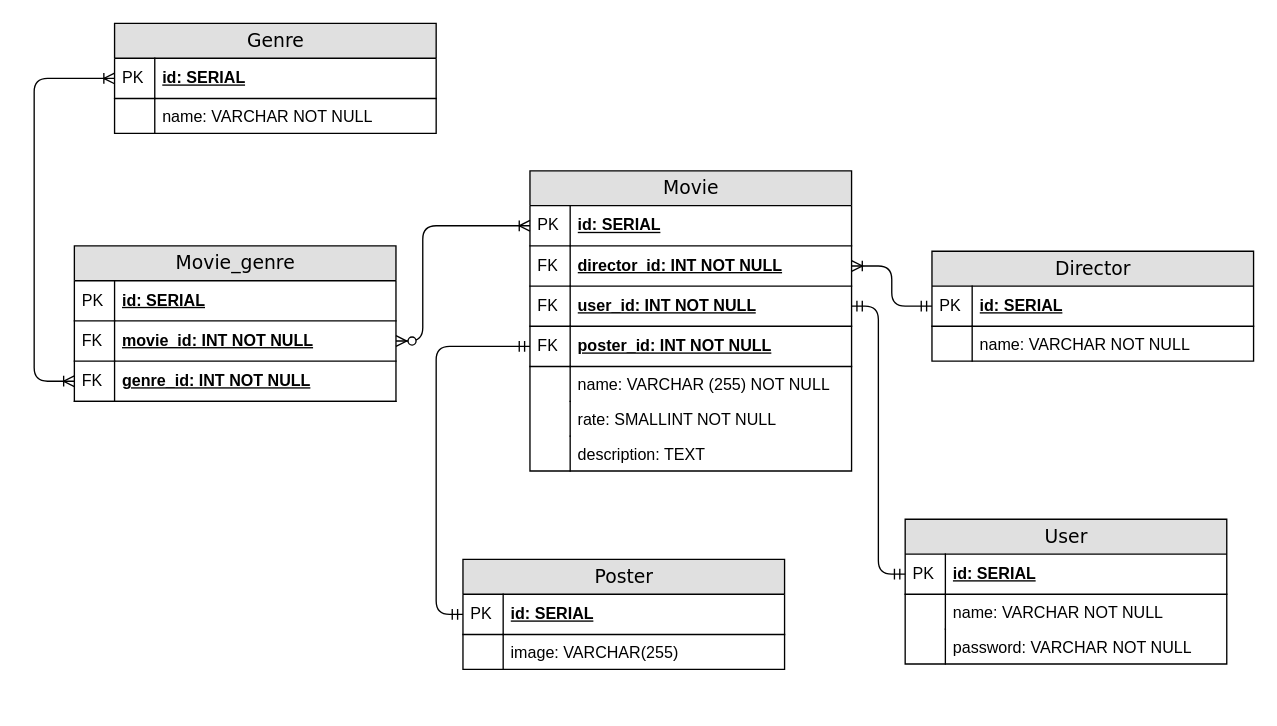
This is db-diagrams/film_api.drawio from banchinche/film-library, a draw.io file, before an edit. Source tidied: cells renumbered, new cells numbered last; positions are measured from the earlier drawing's top-left corner, leaving out a move shared by most shapes. Both pictures are drawn from the tidied source at 134%, with x=0, y=0 at pixel (34, 23).
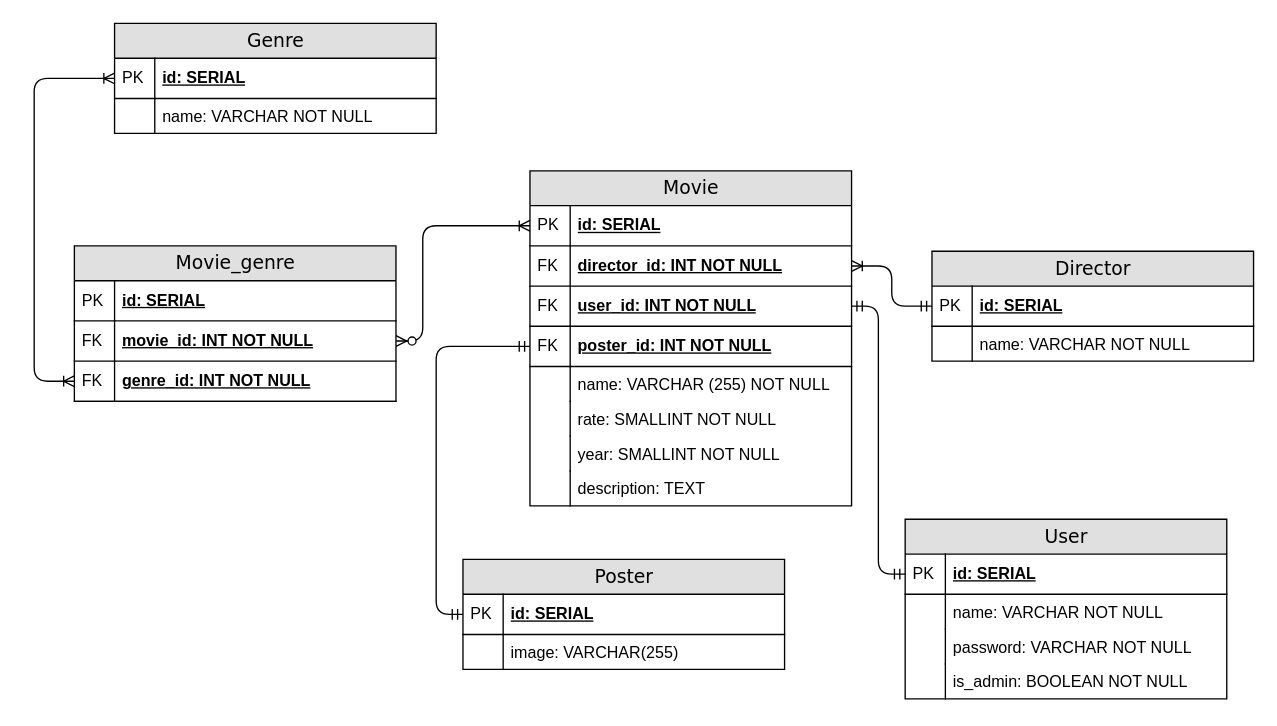
The same page after the edit.

Commit message:
Modifying diagram

Diff of the diagram source:
```diff
@@
     <mxCell id="9" value="Movie" style="swimlane;html=1;fontStyle=0;horizontal=1;startSize=26;fillColor=#e0e0e0;swimlaneFillColor=#ffffff;align=center;rounded=0;shadow=0;comic=0;labelBackgroundColor=none;strokeWidth=1;fontFamily=Verdana;fontSize=14;swimlaneLine=1;strokeColor=#000000;fontColor=#000000;" parent="1" vertex="1">
-      <mxGeometry x="370" y="110" width="240" height="224" as="geometry" />
+      <mxGeometry x="370" y="110" width="240" height="250" as="geometry" />
     </mxCell>
@@
+    <mxCell id="51" value="year: SMALLINT NOT NULL" style="shape=partialRectangle;top=0;left=0;right=0;bottom=0;html=1;align=left;verticalAlign=top;fillColor=none;spacingLeft=34;spacingRight=4;whiteSpace=wrap;overflow=hidden;strokeColor=#000000;fontColor=#000000;" parent="9" vertex="1">
+      <mxGeometry y="198" width="240" height="26" as="geometry" />
+    </mxCell>
+    <mxCell id="52" style="shape=partialRectangle;top=0;left=0;bottom=0;html=1;fillColor=none;align=left;verticalAlign=top;spacingLeft=4;spacingRight=4;whiteSpace=wrap;overflow=hidden;strokeColor=#000000;fontColor=#000000;" parent="51" vertex="1">
+      <mxGeometry width="30" height="26" as="geometry" />
+    </mxCell>
     <mxCell id="22" value="description: TEXT" style="shape=partialRectangle;top=0;left=0;right=0;bottom=0;html=1;align=left;verticalAlign=top;fillColor=none;spacingLeft=34;spacingRight=4;whiteSpace=wrap;overflow=hidden;strokeColor=#000000;fontColor=#000000;" parent="9" vertex="1">
-      <mxGeometry y="198" width="240" height="26" as="geometry" />
+      <mxGeometry y="224" width="240" height="26" as="geometry" />
     </mxCell>
@@
     <mxCell id="34" value="User" style="swimlane;html=1;fontStyle=0;horizontal=1;startSize=26;fillColor=#e0e0e0;swimlaneFillColor=#ffffff;align=center;rounded=0;shadow=0;comic=0;labelBackgroundColor=none;strokeWidth=1;fontFamily=Verdana;fontSize=14;swimlaneLine=1;strokeColor=#000000;fontColor=#000000;" parent="1" vertex="1">
-      <mxGeometry x="650" y="370" width="240" height="108" as="geometry" />
+      <mxGeometry x="650" y="370" width="240" height="134" as="geometry" />
     </mxCell>
@@
+    <mxCell id="53" value="is_admin: BOOLEAN NOT NULL" style="shape=partialRectangle;top=0;left=0;right=0;bottom=0;html=1;align=left;verticalAlign=top;fillColor=none;spacingLeft=34;spacingRight=4;whiteSpace=wrap;overflow=hidden;strokeColor=#000000;fontColor=#000000;" parent="34" vertex="1">
+      <mxGeometry y="108" width="240" height="26" as="geometry" />
+    </mxCell>
+    <mxCell id="54" style="shape=partialRectangle;top=0;left=0;bottom=0;html=1;fillColor=none;align=left;verticalAlign=top;spacingLeft=4;spacingRight=4;whiteSpace=wrap;overflow=hidden;strokeColor=#000000;fontColor=#000000;" parent="53" vertex="1">
+      <mxGeometry width="30" height="26" as="geometry" />
+    </mxCell>
```
